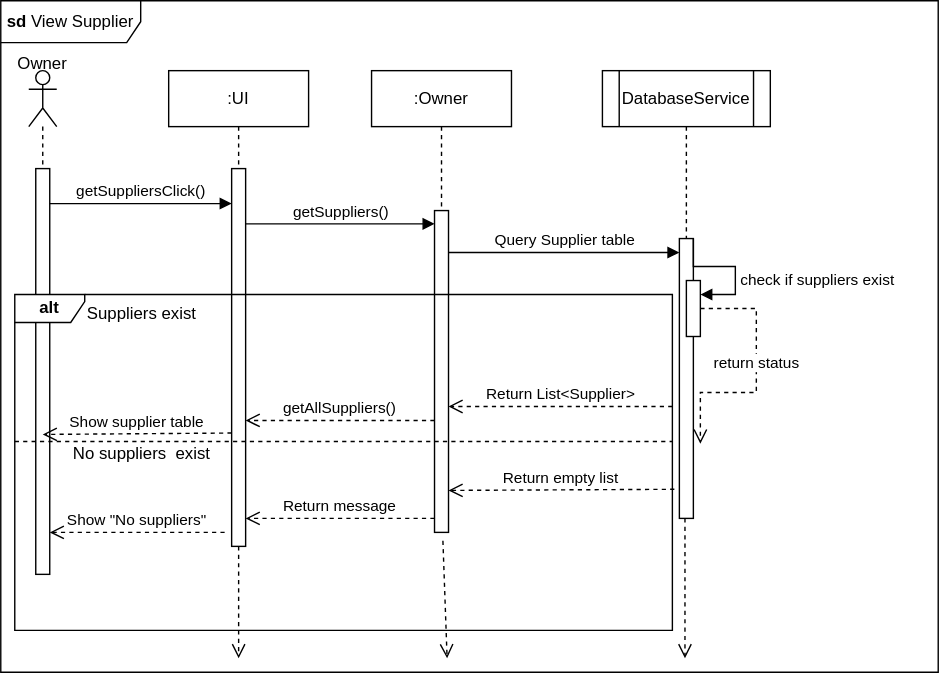
Simamkele88/IFM3_GP keeps this draw.io diagram as view_supp.svg. Above is the earlier version. Source tidied: cells renumbered, new cells last; positions are measured from the earlier drawing's top-left corner, leaving out a move shared by most shapes.
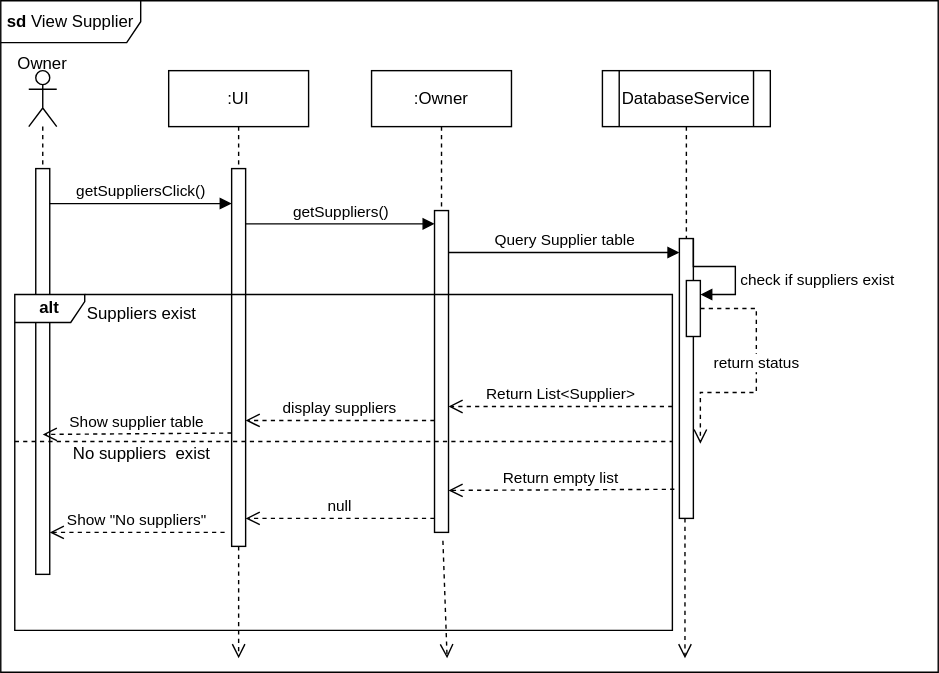
Later version of the same file.

What changed in the source:
```diff
@@ -95,7 +95,7 @@
         <mxPoint x="310" y="80" as="targetPoint" />
       </mxGeometry>
     </mxCell>
-    <mxCell id="25" value="getAllSuppliers()" style="html=1;verticalAlign=bottom;endArrow=open;dashed=1;endSize=8;curved=0;rounded=0;" parent="20" edge="1" target="5">
+    <mxCell id="25" value="display suppliers" style="html=1;verticalAlign=bottom;endArrow=open;dashed=1;endSize=8;curved=0;rounded=0;" parent="20" edge="1" target="5">
       <mxGeometry relative="1" as="geometry">
         <mxPoint x="300" y="90" as="sourcePoint" />
       </mxGeometry>
@@ -111,7 +111,7 @@
         <mxPoint x="310" y="140" as="targetPoint" />
       </mxGeometry>
     </mxCell>
-    <mxCell id="28" value="Return message" style="html=1;verticalAlign=bottom;endArrow=open;dashed=1;endSize=8;curved=0;rounded=0;" parent="20" edge="1" target="5">
+    <mxCell id="28" value="null" style="html=1;verticalAlign=bottom;endArrow=open;dashed=1;endSize=8;curved=0;rounded=0;" parent="20" edge="1" target="5">
       <mxGeometry relative="1" as="geometry">
         <mxPoint x="300" y="160" as="sourcePoint" />
       </mxGeometry>
```
